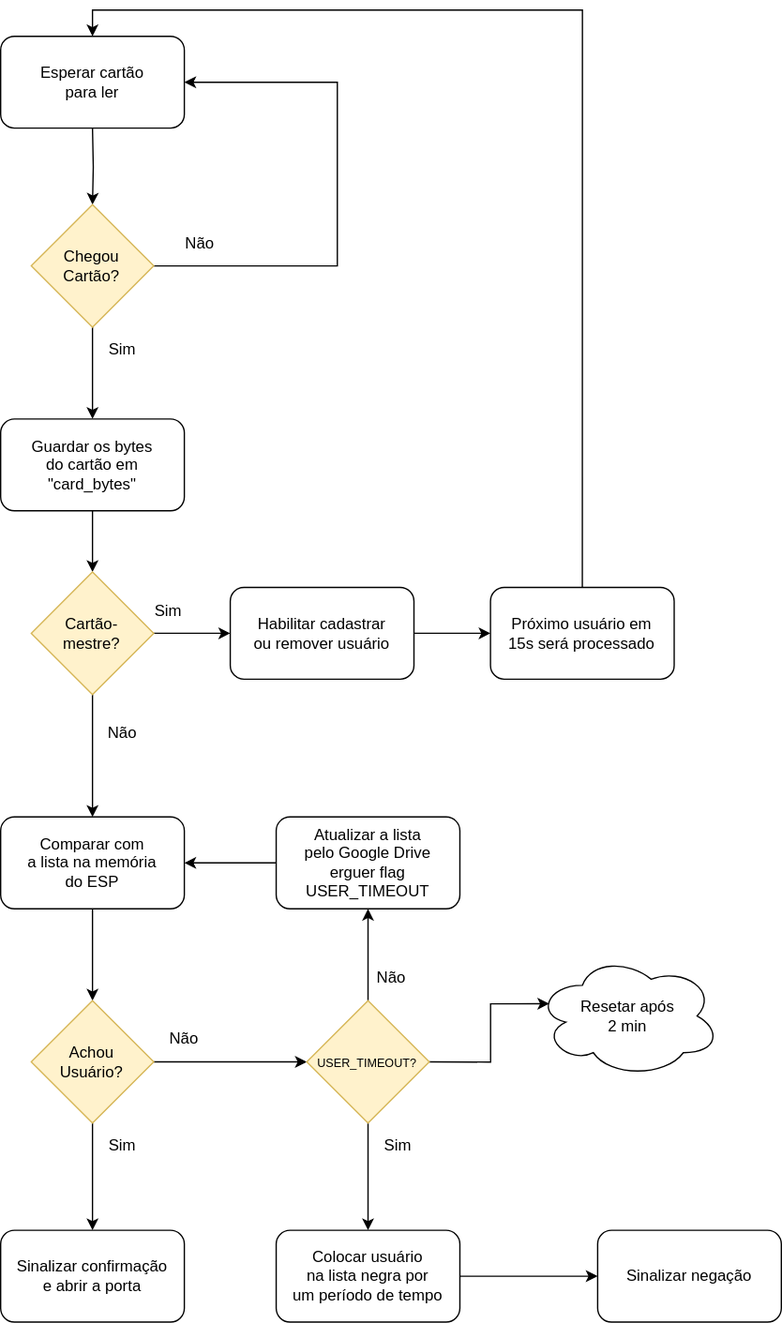
Above: Assets/fluxograma AcessoRFID GEDRE.svg in GKuhn145/AcessoRFID-GEDRE (draw.io), before the change. Source tidied: cells renumbered, new cells last; positions are measured from the earlier drawing's top-left corner, leaving out a move shared by most shapes. The source it was exported from:
```xml
<mxGraphModel>
  <root>
    <mxCell id="0" />
    <mxCell id="1" parent="0" />
    <mxCell id="2" style="group;" parent="1" vertex="1">
      <mxGeometry width="595" height="980" as="geometry" />
    </mxCell>
    <mxCell id="3" style="edgeStyle=orthogonalEdgeStyle;rounded=0;jettySize=auto;html=1;exitX=0.5;exitY=1;exitDx=0;exitDy=0;entryX=0.5;entryY=0;entryDx=0;entryDy=0;" parent="2" edge="1" target="6">
      <mxGeometry relative="1" as="geometry">
        <mxPoint x="70" y="70" as="sourcePoint" />
      </mxGeometry>
    </mxCell>
    <mxCell id="4" style="edgeStyle=orthogonalEdgeStyle;rounded=0;jettySize=auto;html=1;exitX=1;exitY=0.5;exitDx=0;exitDy=0;entryX=1;entryY=0.5;entryDx=0;entryDy=0;" parent="2" edge="1" source="6">
      <mxGeometry relative="1" as="geometry">
        <mxPoint x="140" y="35" as="targetPoint" />
        <Array as="points">
          <mxPoint x="256.7" y="175" />
          <mxPoint x="256.7" y="35" />
        </Array>
      </mxGeometry>
    </mxCell>
    <mxCell id="5" style="edgeStyle=orthogonalEdgeStyle;rounded=0;jettySize=auto;html=1;exitX=0.5;exitY=1;exitDx=0;exitDy=0;" parent="2" edge="1" source="6">
      <mxGeometry relative="1" as="geometry">
        <mxPoint x="70" y="291.7" as="targetPoint" />
      </mxGeometry>
    </mxCell>
    <mxCell id="6" value="&lt;div&gt;Chegou&lt;/div&gt;&lt;div&gt;Cartão?&lt;br&gt;&lt;/div&gt;" style="rhombus;whiteSpace=wrap;html=1;fillColor=#fff2cc;strokeColor=#d6b656;" parent="2" vertex="1">
      <mxGeometry x="23.3" y="128.3" width="93.3" height="93.3" as="geometry" />
    </mxCell>
    <mxCell id="7" value="Não" style="text;html=1;align=center;verticalAlign=middle;whiteSpace=wrap;rounded=0;" parent="2" vertex="1">
      <mxGeometry x="116.7" y="140" width="70" height="35" as="geometry" />
    </mxCell>
    <mxCell id="8" value="Sim" style="text;html=1;align=center;verticalAlign=middle;whiteSpace=wrap;rounded=0;" parent="2" vertex="1">
      <mxGeometry x="58.3" y="221.7" width="70" height="35" as="geometry" />
    </mxCell>
    <mxCell id="9" style="edgeStyle=orthogonalEdgeStyle;rounded=0;jettySize=auto;html=1;exitX=0.5;exitY=1;exitDx=0;exitDy=0;entryX=0.5;entryY=0;entryDx=0;entryDy=0;" parent="2" edge="1" source="10" target="35">
      <mxGeometry relative="1" as="geometry" />
    </mxCell>
    <mxCell id="10" value="&lt;div&gt;Guardar os bytes&lt;/div&gt;&lt;div&gt;do cartão em&lt;/div&gt;&lt;div&gt;&quot;card_bytes&quot;&lt;br&gt;&lt;/div&gt;" style="rounded=1;whiteSpace=wrap;html=1;" parent="2" vertex="1">
      <mxGeometry y="291.7" width="140" height="70" as="geometry" />
    </mxCell>
    <mxCell id="11" style="edgeStyle=orthogonalEdgeStyle;rounded=0;jettySize=auto;html=1;exitX=0.5;exitY=1;exitDx=0;exitDy=0;entryX=0.5;entryY=0;entryDx=0;entryDy=0;" parent="2" edge="1" source="12" target="15">
      <mxGeometry relative="1" as="geometry" />
    </mxCell>
    <mxCell id="12" value="&lt;div&gt;Comparar com&lt;/div&gt;&lt;div&gt;a lista na memória&lt;/div&gt;&lt;div&gt;do ESP&lt;br&gt;&lt;/div&gt;" style="rounded=1;whiteSpace=wrap;html=1;" parent="2" vertex="1">
      <mxGeometry y="595" width="140" height="70" as="geometry" />
    </mxCell>
    <mxCell id="13" style="edgeStyle=orthogonalEdgeStyle;rounded=0;jettySize=auto;html=1;exitX=0.5;exitY=1;exitDx=0;exitDy=0;" parent="2" edge="1" source="15" target="16">
      <mxGeometry relative="1" as="geometry" />
    </mxCell>
    <mxCell id="14" style="edgeStyle=orthogonalEdgeStyle;rounded=0;jettySize=auto;html=1;exitX=1;exitY=0.5;exitDx=0;exitDy=0;entryX=0;entryY=0.5;entryDx=0;entryDy=0;" parent="2" edge="1" source="15" target="29">
      <mxGeometry relative="1" as="geometry" />
    </mxCell>
    <mxCell id="15" value="&lt;div&gt;Achou&lt;/div&gt;&lt;div&gt;Usuário?&lt;br&gt;&lt;/div&gt;" style="rhombus;whiteSpace=wrap;html=1;fillColor=#fff2cc;strokeColor=#d6b656;" parent="2" vertex="1">
      <mxGeometry x="23.3" y="735" width="93.3" height="93.3" as="geometry" />
    </mxCell>
    <mxCell id="16" value="&lt;div&gt;Sinalizar confirmação&lt;/div&gt;&lt;div&gt;e abrir a porta&lt;br&gt;&lt;/div&gt;" style="rounded=1;whiteSpace=wrap;html=1;" parent="2" vertex="1">
      <mxGeometry y="910" width="140" height="70" as="geometry" />
    </mxCell>
    <mxCell id="17" value="Sim" style="text;html=1;align=center;verticalAlign=middle;whiteSpace=wrap;rounded=0;rotation=0;" parent="2" vertex="1">
      <mxGeometry x="58.3" y="828.3" width="70" height="35" as="geometry" />
    </mxCell>
    <mxCell id="18" value="Não" style="text;html=1;align=center;verticalAlign=middle;whiteSpace=wrap;rounded=0;" parent="2" vertex="1">
      <mxGeometry x="105" y="746.7" width="70" height="35" as="geometry" />
    </mxCell>
    <mxCell id="19" style="edgeStyle=orthogonalEdgeStyle;rounded=0;jettySize=auto;html=1;exitX=0;exitY=0.5;exitDx=0;exitDy=0;entryX=1;entryY=0.5;entryDx=0;entryDy=0;" parent="2" edge="1" source="20" target="12">
      <mxGeometry relative="1" as="geometry" />
    </mxCell>
    <mxCell id="20" value="&lt;div&gt;Atualizar a lista&lt;/div&gt;&lt;div&gt;pelo Google Drive&lt;br&gt;&lt;/div&gt;&lt;div&gt;erguer flag USER_TIMEOUT&lt;br&gt;&lt;/div&gt;" style="rounded=1;whiteSpace=wrap;html=1;" parent="2" vertex="1">
      <mxGeometry x="210" y="595" width="140" height="70" as="geometry" />
    </mxCell>
    <mxCell id="21" value="&lt;div&gt;Esperar cartão&lt;/div&gt;&lt;div&gt;para ler&lt;br&gt;&lt;/div&gt;" style="rounded=1;whiteSpace=wrap;html=1;direction=west;" parent="2" vertex="1">
      <mxGeometry width="140" height="70" as="geometry" />
    </mxCell>
    <mxCell id="22" style="edgeStyle=orthogonalEdgeStyle;rounded=0;orthogonalLoop=1;jettySize=auto;html=1;exitX=0.5;exitY=0;exitDx=0;exitDy=0;" parent="2" edge="1" source="21" target="21">
      <mxGeometry relative="1" as="geometry" />
    </mxCell>
    <mxCell id="23" value="&lt;div&gt;Sinalizar negação&lt;/div&gt;" style="rounded=1;whiteSpace=wrap;html=1;" parent="2" vertex="1">
      <mxGeometry x="455" y="910" width="140" height="70" as="geometry" />
    </mxCell>
    <mxCell id="24" style="edgeStyle=orthogonalEdgeStyle;rounded=0;jettySize=auto;html=1;exitX=1;exitY=0.5;exitDx=0;exitDy=0;entryX=0;entryY=0.5;entryDx=0;entryDy=0;" parent="2" edge="1" source="25" target="23">
      <mxGeometry relative="1" as="geometry" />
    </mxCell>
    <mxCell id="25" value="&lt;div&gt;Colocar usuário&lt;/div&gt;&lt;div&gt;na lista negra por&lt;/div&gt;&lt;div&gt;um período de tempo&lt;br&gt;&lt;/div&gt;" style="rounded=1;whiteSpace=wrap;html=1;" parent="2" vertex="1">
      <mxGeometry x="210" y="910" width="140" height="70" as="geometry" />
    </mxCell>
    <mxCell id="26" style="edgeStyle=orthogonalEdgeStyle;rounded=0;jettySize=auto;html=1;exitX=0.5;exitY=0;exitDx=0;exitDy=0;entryX=0.5;entryY=1;entryDx=0;entryDy=0;" parent="2" edge="1" source="29" target="20">
      <mxGeometry relative="1" as="geometry" />
    </mxCell>
    <mxCell id="27" style="edgeStyle=orthogonalEdgeStyle;rounded=0;jettySize=auto;html=1;exitX=0.5;exitY=1;exitDx=0;exitDy=0;entryX=0.5;entryY=0;entryDx=0;entryDy=0;" parent="2" edge="1" source="29" target="25">
      <mxGeometry relative="1" as="geometry" />
    </mxCell>
    <mxCell id="28" style="edgeStyle=orthogonalEdgeStyle;rounded=0;jettySize=auto;html=1;exitX=1;exitY=0.5;exitDx=0;exitDy=0;entryX=0.07;entryY=0.4;entryDx=0;entryDy=0;entryPerimeter=0;" parent="2" edge="1" source="29" target="32">
      <mxGeometry relative="1" as="geometry">
        <Array as="points">
          <mxPoint x="373.3" y="781.7" />
          <mxPoint x="373.3" y="737.3" />
        </Array>
      </mxGeometry>
    </mxCell>
    <mxCell id="29" value="&lt;font style=&quot;font-size: 9px;&quot;&gt;USER_TIMEOUT?&lt;/font&gt;" style="rhombus;whiteSpace=wrap;html=1;fillColor=#fff2cc;strokeColor=#d6b656;" parent="2" vertex="1">
      <mxGeometry x="233.3" y="735" width="93.3" height="93.3" as="geometry" />
    </mxCell>
    <mxCell id="30" value="Não" style="text;html=1;align=center;verticalAlign=middle;whiteSpace=wrap;rounded=0;" parent="2" vertex="1">
      <mxGeometry x="262.5" y="700" width="70" height="35" as="geometry" />
    </mxCell>
    <mxCell id="31" value="Sim" style="text;html=1;align=center;verticalAlign=middle;whiteSpace=wrap;rounded=0;rotation=0;" parent="2" vertex="1">
      <mxGeometry x="268.3" y="828.3" width="70" height="35" as="geometry" />
    </mxCell>
    <mxCell id="32" value="&lt;div&gt;Resetar após &lt;br&gt;&lt;/div&gt;&lt;div&gt;2 min&lt;br&gt;&lt;/div&gt;" style="ellipse;shape=cloud;whiteSpace=wrap;html=1;" parent="2" vertex="1">
      <mxGeometry x="408.3" y="700" width="140" height="93.3" as="geometry" />
    </mxCell>
    <mxCell id="33" style="edgeStyle=orthogonalEdgeStyle;rounded=0;jettySize=auto;html=1;exitX=1;exitY=0.5;exitDx=0;exitDy=0;" parent="2" edge="1" source="35" target="37">
      <mxGeometry relative="1" as="geometry" />
    </mxCell>
    <mxCell id="34" style="edgeStyle=orthogonalEdgeStyle;rounded=0;jettySize=auto;html=1;exitX=0.5;exitY=1;exitDx=0;exitDy=0;entryX=0.5;entryY=0;entryDx=0;entryDy=0;" parent="2" edge="1" source="35" target="12">
      <mxGeometry relative="1" as="geometry" />
    </mxCell>
    <mxCell id="35" value="&lt;div&gt;Cartão-&lt;/div&gt;&lt;div&gt;mestre?&lt;/div&gt;" style="rhombus;whiteSpace=wrap;html=1;fillColor=#fff2cc;strokeColor=#d6b656;" parent="2" vertex="1">
      <mxGeometry x="23.3" y="408.3" width="93.3" height="93.3" as="geometry" />
    </mxCell>
    <mxCell id="36" style="edgeStyle=orthogonalEdgeStyle;rounded=0;jettySize=auto;html=1;exitX=1;exitY=0.5;exitDx=0;exitDy=0;entryX=0;entryY=0.5;entryDx=0;entryDy=0;" parent="2" edge="1" source="37" target="39">
      <mxGeometry relative="1" as="geometry" />
    </mxCell>
    <mxCell id="37" value="&lt;div&gt;Habilitar cadastrar&lt;/div&gt;&lt;div&gt;ou remover usuário&lt;br&gt;&lt;/div&gt;" style="rounded=1;whiteSpace=wrap;html=1;" parent="2" vertex="1">
      <mxGeometry x="175" y="420" width="140" height="70" as="geometry" />
    </mxCell>
    <mxCell id="38" style="edgeStyle=orthogonalEdgeStyle;rounded=0;jettySize=auto;html=1;exitX=0.5;exitY=0;exitDx=0;exitDy=0;entryX=0.5;entryY=1;entryDx=0;entryDy=0;" parent="2" edge="1" source="39" target="21">
      <mxGeometry relative="1" as="geometry" />
    </mxCell>
    <mxCell id="39" value="&lt;div&gt;Próximo usuário em&lt;/div&gt;&lt;div&gt;15s será processado&lt;br&gt;&lt;/div&gt;" style="rounded=1;whiteSpace=wrap;html=1;" parent="2" vertex="1">
      <mxGeometry x="373.3" y="420" width="140" height="70" as="geometry" />
    </mxCell>
    <mxCell id="40" value="Sim" style="text;html=1;align=center;verticalAlign=middle;whiteSpace=wrap;rounded=0;" parent="2" vertex="1">
      <mxGeometry x="93.3" y="420" width="70" height="35" as="geometry" />
    </mxCell>
    <mxCell id="41" value="Não" style="text;html=1;align=center;verticalAlign=middle;whiteSpace=wrap;rounded=0;" parent="2" vertex="1">
      <mxGeometry x="58.3" y="513.3" width="70" height="35" as="geometry" />
    </mxCell>
  </root>
</mxGraphModel>
```
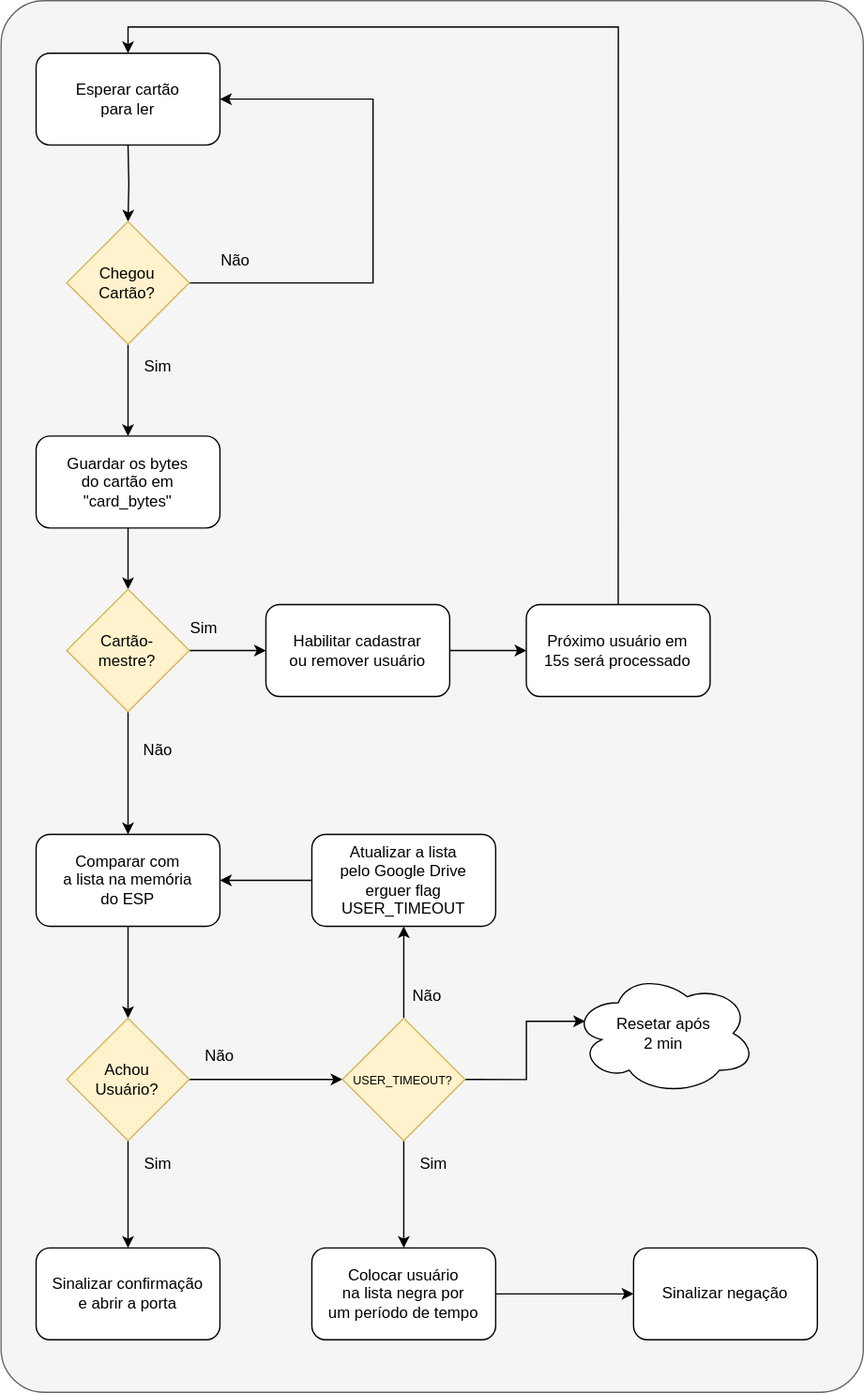
After the change.

Commit message:
atualizações para melhor visualização do fluxograma do README

Change to the diagram source:
```diff
@@ -3,8 +3,11 @@
     <mxCell id="0" />
     <mxCell id="1" parent="0" />
     <mxCell id="2" style="group;" parent="1" vertex="1">
-      <mxGeometry width="595" height="980" as="geometry" />
+      <mxGeometry width="630" height="1020" as="geometry" />
     </mxCell>
+    <mxCell id="42" style="rounded=1;whiteSpace=wrap;html=1;arcSize=5;fillColor=#f5f5f5;fontColor=#333333;strokeColor=#666666;" parent="2" vertex="1">
+      <mxGeometry x="-26.7" y="-40" width="656.7" height="1060" as="geometry" />
+    </mxCell>
     <mxCell id="3" style="edgeStyle=orthogonalEdgeStyle;rounded=0;jettySize=auto;html=1;exitX=0.5;exitY=1;exitDx=0;exitDy=0;entryX=0.5;entryY=0;entryDx=0;entryDy=0;" parent="2" edge="1" target="6">
       <mxGeometry relative="1" as="geometry">
         <mxPoint x="70" y="70" as="sourcePoint" />
```
